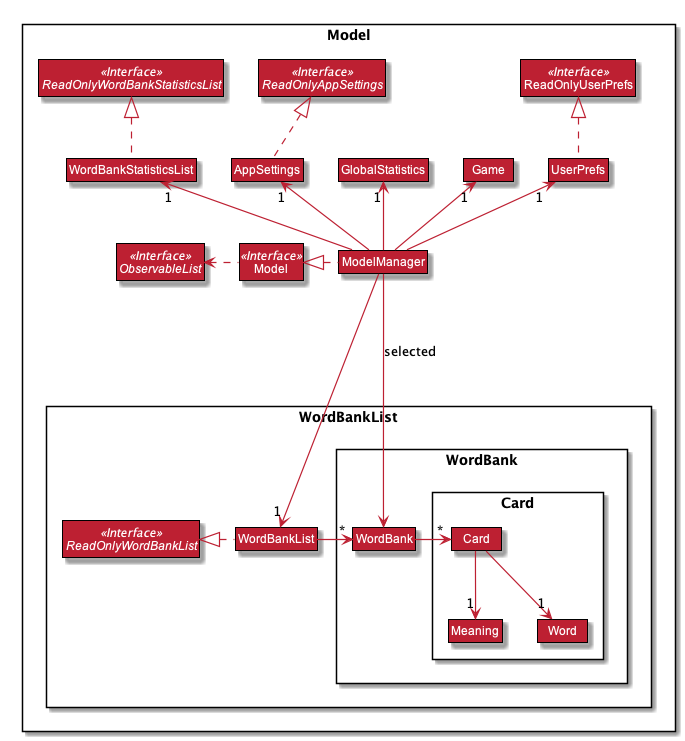
Before: docs/images/ModelClassDiagram.png, a diagram exported from PlantUML (nus-cs2103-AY1920S1/addressbook-level3).
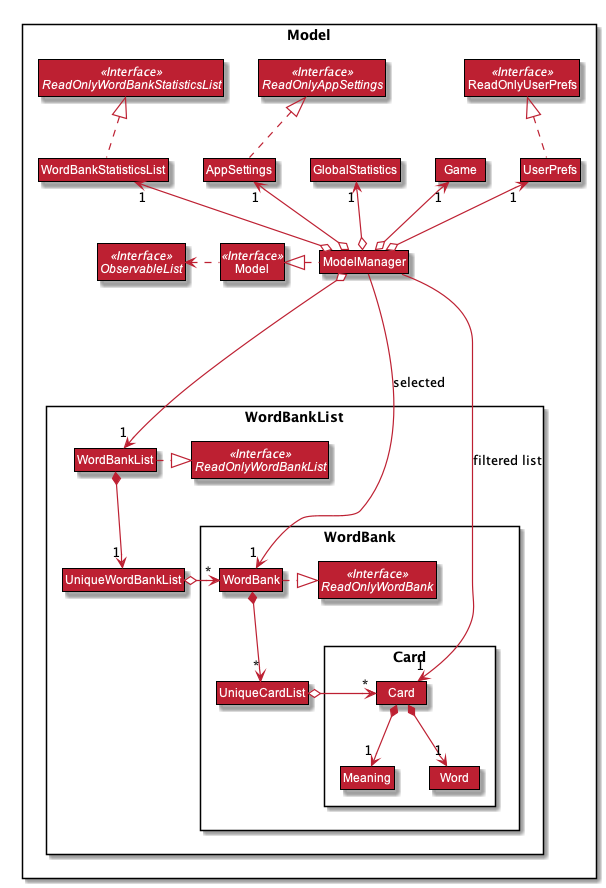
Above is the later version.

Diff of the diagram source:
```diff
@@ -78,9 +78,12 @@
 Package WordBankList {
 Interface ReadOnlyWordBankList <<Interface>>
 Class WordBankList
+Class UniqueWordBankList
 
 Package WordBank {
+Interface ReadOnlyWordBank <<Interface>>
 Class WordBank
+Class UniqueCardList
 
 Package Card {
 Class Card
@@ -88,27 +91,34 @@
 Class Word
 }
 }
+}
 
-WordBankList .left.|> ReadOnlyWordBankList
+WordBankList .right.|> ReadOnlyWordBankList
 WordBankStatisticsList .up.|> ReadOnlyWordBankStatisticsList
 AppSettings .up.|> ReadOnlyAppSettings
 
 
 ModelManager .left.|> Model
 Model .left.> ObservableList
-ModelManager -down--> "1" WordBankList
-ModelManager -up-> "1" WordBankStatisticsList
-ModelManager -up-> "1" GlobalStatistics
-ModelManager -up-> "1" AppSettings
-ModelManager -up-> "1" UserPrefs
-ModelManager -up-> "1" Game
+ModelManager o-down--> "1" WordBankList
+ModelManager o-up-> "1" WordBankStatisticsList
+ModelManager o-up-> "1" GlobalStatistics
+ModelManager o-up-> "1" AppSettings
+ModelManager o-up-> "1" UserPrefs
+ModelManager o-up-> "1" Game
 UserPrefs .up.|> ReadOnlyUserPrefs
 
-WordBankList -right-> "*" WordBank
-WordBank -right-> "*" Card
-Card --> "1" Word
-Card --> "1" Meaning
+WordBankList *-down-> "1" UniqueWordBankList
+UniqueWordBankList o-right-> "*" WordBank
 
-ModelManager --> WordBank : selected
+WordBank .right.|> ReadOnlyWordBank
+WordBank *-down-> "*" UniqueCardList
+UniqueCardList o-right-> "*" Card
+
+Card *--> "1" Meaning
+Card *--> "1" Word
+
+ModelManager --> "1" WordBank : selected
+ModelManager --> "1" Card : filtered list
 
 @enduml
```
